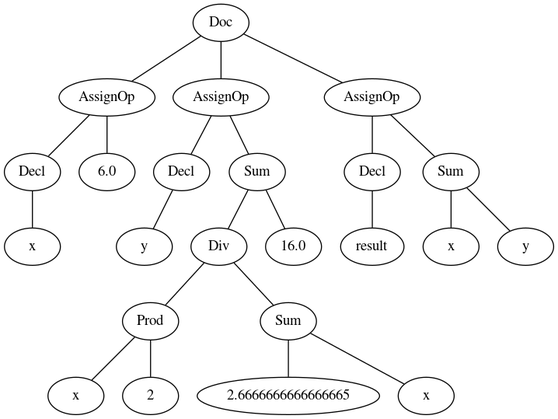
Above: test_IO/result.png in manomarichal/project-compilers (Graphviz), before the change. Its source is kept beside it as test_IO/result.dot.
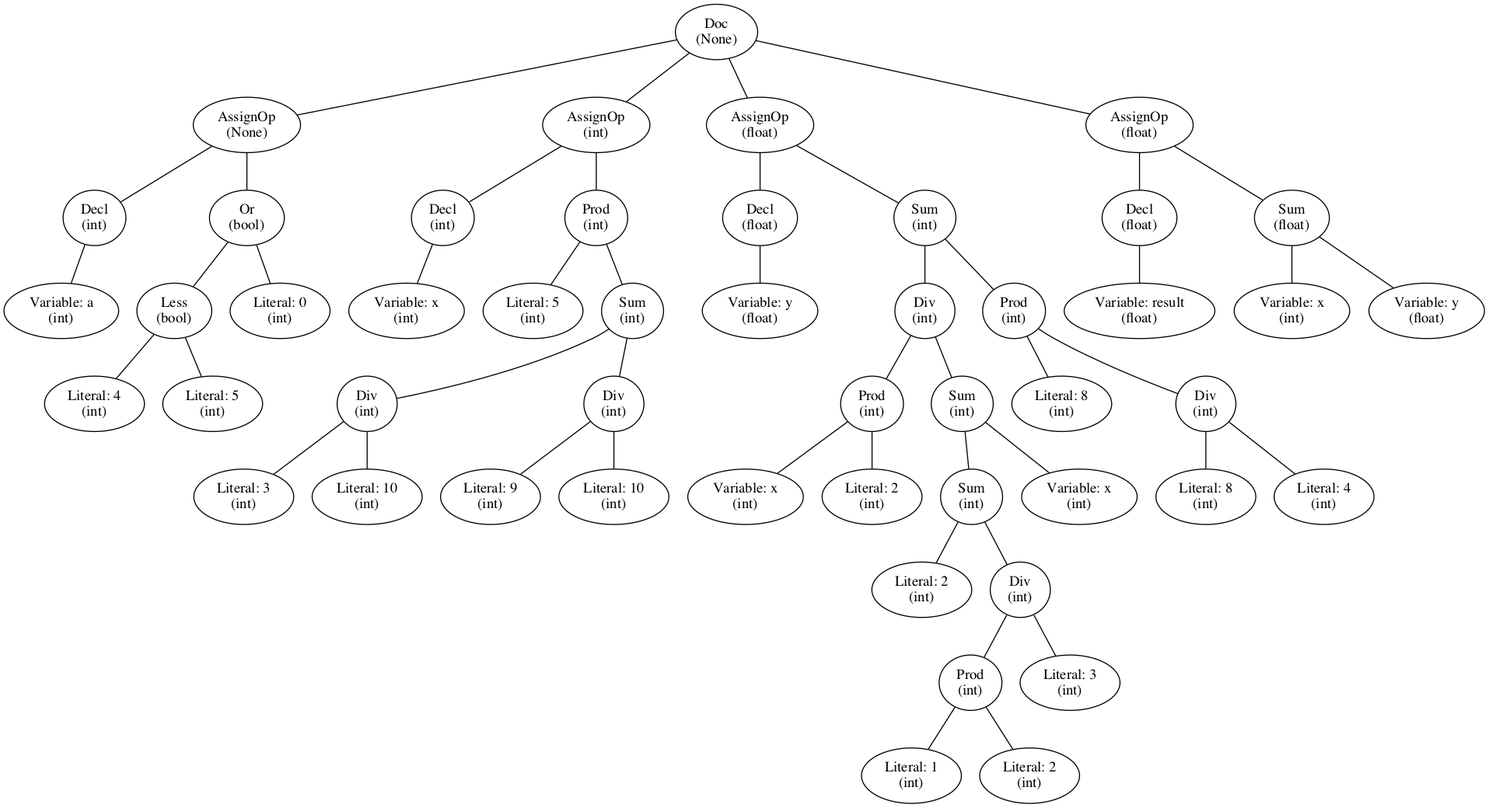
Later version of the same file.

The edit, as a diff of the source:
```diff
@@ -1,47 +1,99 @@
 graph G {
-1 [label=Doc];
-2 [label=AssignOp];
-3 [label=Decl];
-4 [label=x];
+1 [label="Doc\n(None)"];
+2 [label="AssignOp\n(None)"];
+3 [label="Decl\n(int)"];
+4 [label="Variable: a\n(int)"];
 3 -- 4;
 2 -- 3;
-5 [label=6.0];
+5 [label="Or\n(bool)"];
+6 [label="Less\n(bool)"];
+7 [label="Literal: 4\n(int)"];
+6 -- 7;
+8 [label="Literal: 5\n(int)"];
+6 -- 8;
+5 -- 6;
+9 [label="Literal: 0\n(int)"];
+5 -- 9;
 2 -- 5;
 1 -- 2;
-6 [label=AssignOp];
-7 [label=Decl];
-8 [label=y];
-7 -- 8;
-6 -- 7;
-9 [label=Sum];
-10 [label=Div];
-11 [label=Prod];
-12 [label=x];
+10 [label="AssignOp\n(int)"];
+11 [label="Decl\n(int)"];
+12 [label="Variable: x\n(int)"];
 11 -- 12;
-13 [label=2];
-11 -- 13;
 10 -- 11;
-14 [label=Sum];
-15 [label=2.6666666666666665];
-14 -- 15;
-16 [label=x];
-14 -- 16;
-10 -- 14;
-9 -- 10;
-17 [label=16.0];
-9 -- 17;
-6 -- 9;
-1 -- 6;
-18 [label=AssignOp];
-19 [label=Decl];
-20 [label=result];
+13 [label="Prod\n(int)"];
+14 [label="Literal: 5\n(int)"];
+13 -- 14;
+15 [label="Sum\n(int)"];
+16 [label="Div\n(int)"];
+17 [label="Literal: 3\n(int)"];
+16 -- 17;
+18 [label="Literal: 10\n(int)"];
+16 -- 18;
+15 -- 16;
+19 [label="Div\n(int)"];
+20 [label="Literal: 9\n(int)"];
 19 -- 20;
-18 -- 19;
-21 [label=Sum];
-22 [label=x];
-21 -- 22;
-23 [label=y];
-21 -- 23;
-18 -- 21;
-1 -- 18;
+21 [label="Literal: 10\n(int)"];
+19 -- 21;
+15 -- 19;
+13 -- 15;
+10 -- 13;
+1 -- 10;
+22 [label="AssignOp\n(float)"];
+23 [label="Decl\n(float)"];
+24 [label="Variable: y\n(float)"];
+23 -- 24;
+22 -- 23;
+25 [label="Sum\n(int)"];
+26 [label="Div\n(int)"];
+27 [label="Prod\n(int)"];
+28 [label="Variable: x\n(int)"];
+27 -- 28;
+29 [label="Literal: 2\n(int)"];
+27 -- 29;
+26 -- 27;
+30 [label="Sum\n(int)"];
+31 [label="Sum\n(int)"];
+32 [label="Literal: 2\n(int)"];
+31 -- 32;
+33 [label="Div\n(int)"];
+34 [label="Prod\n(int)"];
+35 [label="Literal: 1\n(int)"];
+34 -- 35;
+36 [label="Literal: 2\n(int)"];
+34 -- 36;
+33 -- 34;
+37 [label="Literal: 3\n(int)"];
+33 -- 37;
+31 -- 33;
+30 -- 31;
+38 [label="Variable: x\n(int)"];
+30 -- 38;
+26 -- 30;
+25 -- 26;
+39 [label="Prod\n(int)"];
+40 [label="Literal: 8\n(int)"];
+39 -- 40;
+41 [label="Div\n(int)"];
+42 [label="Literal: 8\n(int)"];
+41 -- 42;
+43 [label="Literal: 4\n(int)"];
+41 -- 43;
+39 -- 41;
+25 -- 39;
+22 -- 25;
+1 -- 22;
+44 [label="AssignOp\n(float)"];
+45 [label="Decl\n(float)"];
+46 [label="Variable: result\n(float)"];
+45 -- 46;
+44 -- 45;
+47 [label="Sum\n(float)"];
+48 [label="Variable: x\n(int)"];
+47 -- 48;
+49 [label="Variable: y\n(float)"];
+47 -- 49;
+44 -- 47;
+1 -- 44;
 }
```
